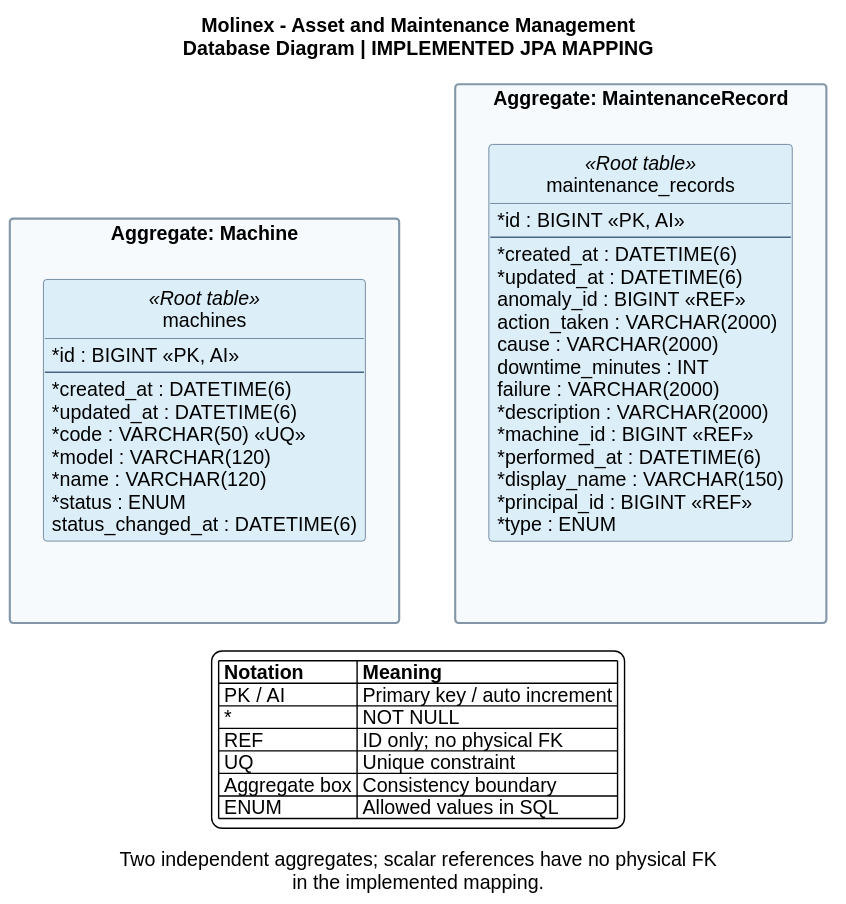
This is assets/Images Chapter 4/Database Design/Database Diagrams/asset-maintenance-management-database.svg from Vanguard-open-source/molinex-report, a PlantUML export, as it was before one commit.
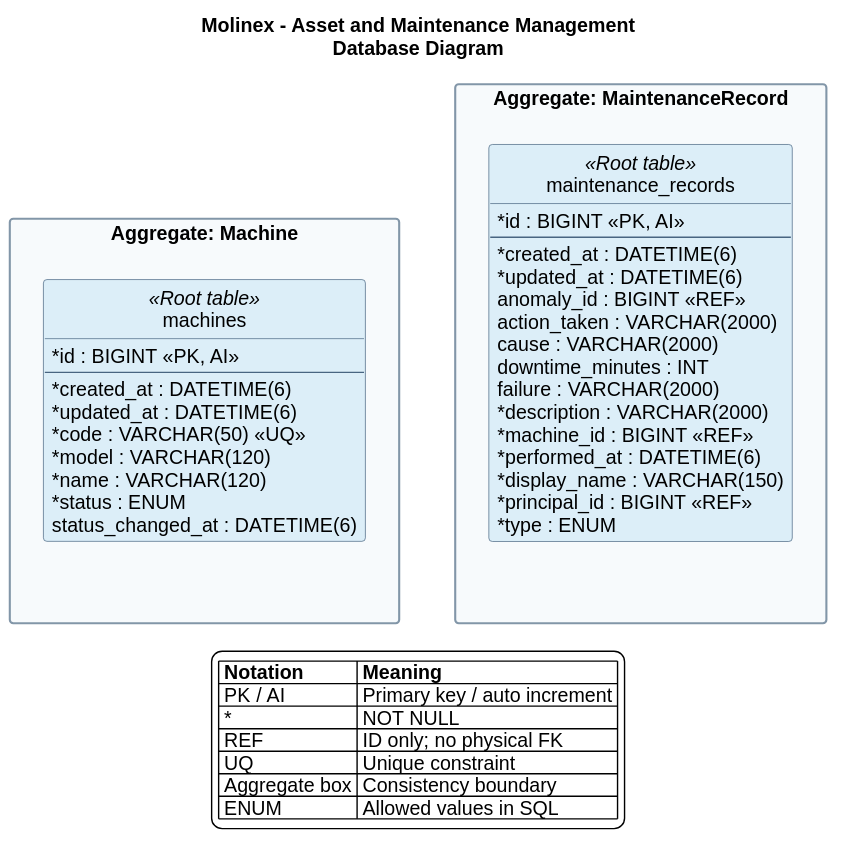
Later version of the same file.

What changed in the source:
```diff
@@ -13,11 +13,7 @@
 skinparam ranksep 75
 skinparam classBorderColor #486581
 skinparam packageBorderColor #8296A8
-title Molinex - Asset and Maintenance Management\nDatabase Diagram | IMPLEMENTED JPA MAPPING
-caption
-Two independent aggregates; scalar references have no physical FK
-in the implemented mapping.
-endcaption
+title Molinex - Asset and Maintenance Management\nDatabase Diagram
 package "Aggregate: Machine" as aggregate_0 #F7FAFC {
 entity "machines" as machines <<Root table>> #DCEEF8 {
   * id : BIGINT <<PK, AI>>
```
